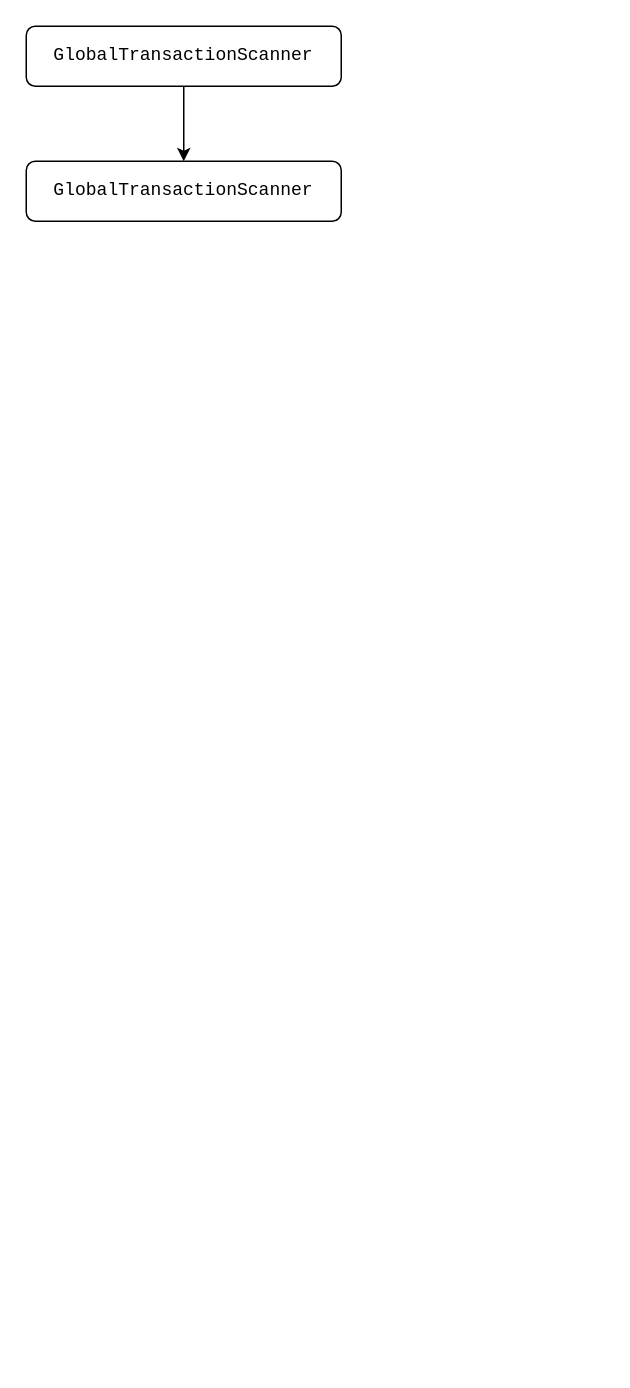
Above: seata源码.drawio in huawl/daily_dev_problem (draw.io), before the change. Source tidied: cells renumbered, new cells numbered last; positions are measured from the earlier drawing's top-left corner, leaving out a move shared by most shapes. Both pictures are drawn from the tidied source at 150%, with x=0, y=0 at pixel (26, 26).
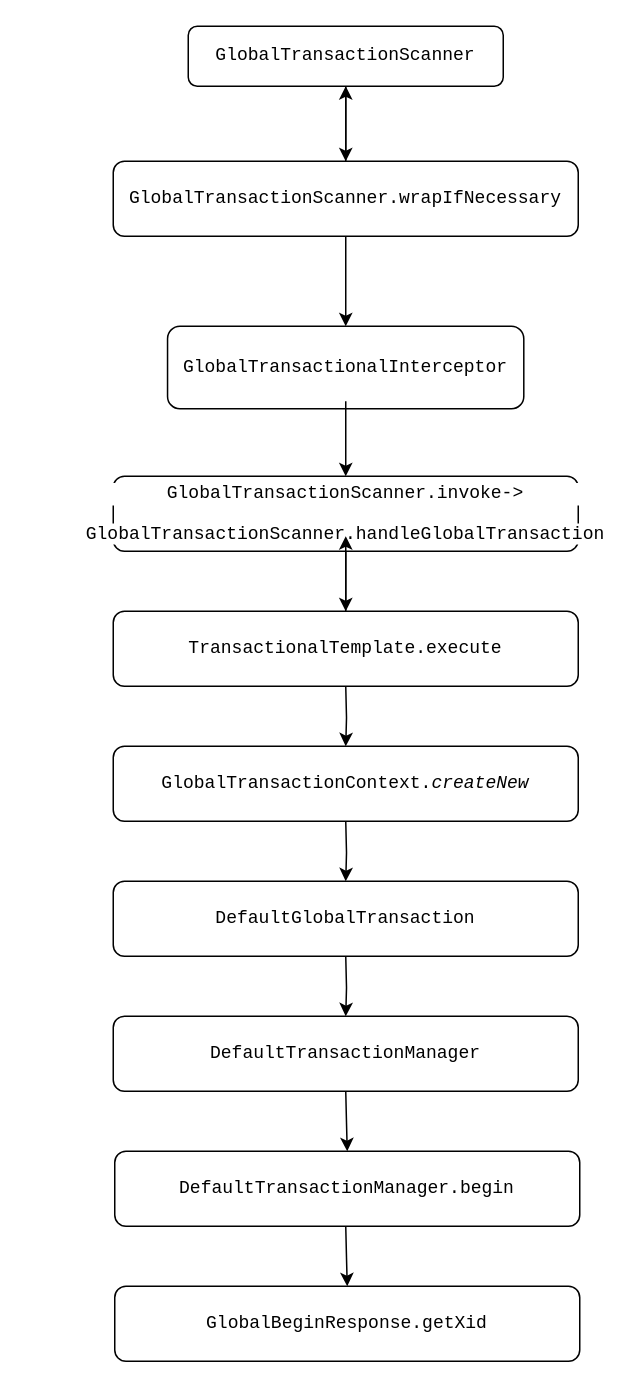
After the change.

Change to the diagram source:
```diff
@@
     <mxCell id="2" style="edgeStyle=orthogonalEdgeStyle;rounded=0;jettySize=auto;html=1;" parent="1" edge="1" source="3">
       <mxGeometry relative="1" as="geometry">
-        <mxPoint x="105" y="90" as="targetPoint" />
+        <mxPoint x="213" y="90" as="targetPoint" />
       </mxGeometry>
     </mxCell>
     <mxCell id="3" value="&lt;pre style=&quot;background-color: rgb(255 , 255 , 255) ; font-family: &amp;#34;jetbrains mono&amp;#34; , monospace ; font-size: 9pt&quot;&gt;GlobalTransactionScanner&lt;/pre&gt;" style="rounded=1;whiteSpace=wrap;html=1;" parent="1" vertex="1">
-      <mxGeometry width="210" height="40" as="geometry" />
+      <mxGeometry x="108" width="210" height="40" as="geometry" />
     </mxCell>
+    <mxCell id="5" style="edgeStyle=orthogonalEdgeStyle;rounded=0;jettySize=auto;html=1;" parent="1" edge="1" source="4" target="7">
+      <mxGeometry relative="1" as="geometry" />
+    </mxCell>
+    <mxCell id="6" style="edgeStyle=orthogonalEdgeStyle;rounded=0;jettySize=auto;html=1;" parent="1" edge="1" source="4" target="3">
+      <mxGeometry relative="1" as="geometry" />
+    </mxCell>
-    <mxCell id="4" value="&lt;pre style=&quot;background-color: rgb(255 , 255 , 255) ; font-family: &amp;#34;jetbrains mono&amp;#34; , monospace ; font-size: 9pt&quot;&gt;GlobalTransactionScanner&lt;/pre&gt;" style="rounded=1;whiteSpace=wrap;html=1;" parent="1" vertex="1">
-      <mxGeometry y="90" width="210" height="40" as="geometry" />
+    <mxCell id="4" value="&lt;pre style=&quot;background-color: rgb(255 , 255 , 255) ; font-family: &amp;#34;jetbrains mono&amp;#34; , monospace ; font-size: 9pt&quot;&gt;GlobalTransactionScanner.wrapIfNecessary&lt;/pre&gt;" style="rounded=1;whiteSpace=wrap;html=1;" parent="1" vertex="1">
+      <mxGeometry x="58" y="90" width="310" height="50" as="geometry" />
     </mxCell>
+    <mxCell id="7" value="&lt;pre style=&quot;background-color: rgb(255 , 255 , 255) ; font-family: &amp;#34;jetbrains mono&amp;#34; , monospace ; font-size: 9pt&quot;&gt;GlobalTransactionalInterceptor&lt;/pre&gt;" style="whiteSpace=wrap;html=1;rounded=1;" parent="1" vertex="1">
+      <mxGeometry x="94.2" y="200" width="237.5" height="55" as="geometry" />
+    </mxCell>
+    <mxCell id="8" style="edgeStyle=orthogonalEdgeStyle;rounded=0;orthogonalLoop=1;jettySize=auto;html=1;" parent="1" edge="1">
+      <mxGeometry relative="1" as="geometry">
+        <mxPoint x="213" y="250" as="sourcePoint" />
+        <mxPoint x="213" y="300" as="targetPoint" />
+      </mxGeometry>
+    </mxCell>
+    <mxCell id="9" style="edgeStyle=orthogonalEdgeStyle;rounded=0;jettySize=auto;html=1;" parent="1" edge="1" source="10" target="12">
+      <mxGeometry relative="1" as="geometry" />
+    </mxCell>
+    <mxCell id="10" value="&lt;pre style=&quot;background-color: rgb(255 , 255 , 255) ; font-family: &amp;#34;jetbrains mono&amp;#34; , monospace ; font-size: 9pt&quot;&gt;GlobalTransactionScanner.invoke-&amp;gt;&lt;/pre&gt;&lt;pre style=&quot;background-color: rgb(255 , 255 , 255) ; font-family: &amp;#34;jetbrains mono&amp;#34; , monospace ; font-size: 9pt&quot;&gt;GlobalTransactionScanner.handleGlobalTransaction&lt;/pre&gt;" style="rounded=1;whiteSpace=wrap;html=1;" parent="1" vertex="1">
+      <mxGeometry x="58" y="300" width="310" height="50" as="geometry" />
+    </mxCell>
+    <mxCell id="11" style="edgeStyle=orthogonalEdgeStyle;rounded=0;jettySize=auto;html=1;" parent="1" edge="1" source="12">
+      <mxGeometry relative="1" as="geometry">
+        <mxPoint x="213" y="340" as="targetPoint" />
+      </mxGeometry>
+    </mxCell>
+    <mxCell id="12" value="&lt;pre style=&quot;background-color: rgb(255 , 255 , 255) ; font-family: &amp;#34;jetbrains mono&amp;#34; , monospace ; font-size: 9pt&quot;&gt;&lt;span style=&quot;font-family: &amp;#34;jetbrains mono&amp;#34; , monospace ; font-size: 9pt&quot;&gt;TransactionalTemplate&lt;/span&gt;.execute&lt;/pre&gt;" style="rounded=1;whiteSpace=wrap;html=1;" parent="1" vertex="1">
+      <mxGeometry x="58" y="390" width="310" height="50" as="geometry" />
+    </mxCell>
+    <mxCell id="13" style="edgeStyle=orthogonalEdgeStyle;rounded=0;jettySize=auto;html=1;" parent="1" edge="1" target="14">
+      <mxGeometry relative="1" as="geometry">
+        <mxPoint x="213" y="440" as="sourcePoint" />
+      </mxGeometry>
+    </mxCell>
+    <mxCell id="14" value="&lt;pre style=&quot;background-color: rgb(255 , 255 , 255) ; font-family: &amp;#34;jetbrains mono&amp;#34; , monospace ; font-size: 9pt&quot;&gt;&lt;pre style=&quot;font-family: &amp;#34;jetbrains mono&amp;#34; , monospace ; font-size: 9pt&quot;&gt;GlobalTransactionContext.&lt;span style=&quot;font-style: italic&quot;&gt;createNew&lt;/span&gt;&lt;/pre&gt;&lt;/pre&gt;" style="rounded=1;whiteSpace=wrap;html=1;" parent="1" vertex="1">
+      <mxGeometry x="58" y="480" width="310" height="50" as="geometry" />
+    </mxCell>
+    <mxCell id="15" style="edgeStyle=orthogonalEdgeStyle;rounded=0;jettySize=auto;html=1;" parent="1" edge="1" target="16">
+      <mxGeometry relative="1" as="geometry">
+        <mxPoint x="213" y="530" as="sourcePoint" />
+      </mxGeometry>
+    </mxCell>
+    <mxCell id="16" value="&lt;pre style=&quot;background-color: rgb(255 , 255 , 255) ; font-family: &amp;#34;jetbrains mono&amp;#34; , monospace ; font-size: 9pt&quot;&gt;&lt;pre style=&quot;font-family: &amp;#34;jetbrains mono&amp;#34; , monospace ; font-size: 9pt&quot;&gt;&lt;pre style=&quot;font-family: &amp;#34;jetbrains mono&amp;#34; , monospace ; font-size: 9pt&quot;&gt;DefaultGlobalTransaction&lt;/pre&gt;&lt;/pre&gt;&lt;/pre&gt;" style="rounded=1;whiteSpace=wrap;html=1;" parent="1" vertex="1">
+      <mxGeometry x="58" y="570" width="310" height="50" as="geometry" />
+    </mxCell>
+    <mxCell id="17" style="edgeStyle=orthogonalEdgeStyle;rounded=0;jettySize=auto;html=1;" parent="1" edge="1" target="18">
+      <mxGeometry relative="1" as="geometry">
+        <mxPoint x="213" y="620" as="sourcePoint" />
+      </mxGeometry>
+    </mxCell>
+    <mxCell id="18" value="&lt;pre style=&quot;background-color: rgb(255 , 255 , 255) ; font-family: &amp;#34;jetbrains mono&amp;#34; , monospace ; font-size: 9pt&quot;&gt;&lt;pre style=&quot;font-family: &amp;#34;jetbrains mono&amp;#34; , monospace ; font-size: 9pt&quot;&gt;&lt;pre style=&quot;font-family: &amp;#34;jetbrains mono&amp;#34; , monospace ; font-size: 9pt&quot;&gt;&lt;pre style=&quot;font-family: &amp;#34;jetbrains mono&amp;#34; , monospace ; font-size: 9pt&quot;&gt;DefaultTransactionManager&lt;/pre&gt;&lt;/pre&gt;&lt;/pre&gt;&lt;/pre&gt;" style="rounded=1;whiteSpace=wrap;html=1;" parent="1" vertex="1">
+      <mxGeometry x="58" y="660" width="310" height="50" as="geometry" />
+    </mxCell>
+    <mxCell id="19" style="edgeStyle=orthogonalEdgeStyle;rounded=0;jettySize=auto;html=1;" parent="1" edge="1" target="20">
+      <mxGeometry relative="1" as="geometry">
+        <mxPoint x="213" y="710" as="sourcePoint" />
+      </mxGeometry>
+    </mxCell>
+    <mxCell id="20" value="&lt;pre style=&quot;background-color: rgb(255 , 255 , 255) ; font-family: &amp;#34;jetbrains mono&amp;#34; , monospace ; font-size: 9pt&quot;&gt;&lt;pre style=&quot;font-family: &amp;#34;jetbrains mono&amp;#34; , monospace ; font-size: 9pt&quot;&gt;&lt;pre style=&quot;font-family: &amp;#34;jetbrains mono&amp;#34; , monospace ; font-size: 9pt&quot;&gt;&lt;pre style=&quot;font-family: &amp;#34;jetbrains mono&amp;#34; , monospace ; font-size: 9pt&quot;&gt;DefaultTransactionManager.begin&lt;/pre&gt;&lt;/pre&gt;&lt;/pre&gt;&lt;/pre&gt;" style="rounded=1;whiteSpace=wrap;html=1;" parent="1" vertex="1">
+      <mxGeometry x="59" y="750" width="310" height="50" as="geometry" />
+    </mxCell>
+    <mxCell id="21" style="edgeStyle=orthogonalEdgeStyle;rounded=0;jettySize=auto;html=1;" parent="1" edge="1" target="22">
+      <mxGeometry relative="1" as="geometry">
+        <mxPoint x="213" y="800" as="sourcePoint" />
+      </mxGeometry>
+    </mxCell>
+    <mxCell id="22" value="&lt;pre style=&quot;background-color: rgb(255 , 255 , 255) ; font-family: &amp;#34;jetbrains mono&amp;#34; , monospace ; font-size: 9pt&quot;&gt;&lt;pre style=&quot;font-family: &amp;#34;jetbrains mono&amp;#34; , monospace ; font-size: 9pt&quot;&gt;&lt;pre style=&quot;font-family: &amp;#34;jetbrains mono&amp;#34; , monospace ; font-size: 9pt&quot;&gt;&lt;pre style=&quot;font-family: &amp;#34;jetbrains mono&amp;#34; , monospace ; font-size: 9pt&quot;&gt;&lt;span style=&quot;font-family: &amp;#34;jetbrains mono&amp;#34; , monospace ; font-size: 9pt&quot;&gt;GlobalBeginResponse&lt;/span&gt;.getXid&lt;/pre&gt;&lt;/pre&gt;&lt;/pre&gt;&lt;/pre&gt;" style="rounded=1;whiteSpace=wrap;html=1;" parent="1" vertex="1">
+      <mxGeometry x="59" y="840" width="310" height="50" as="geometry" />
+    </mxCell>
```
